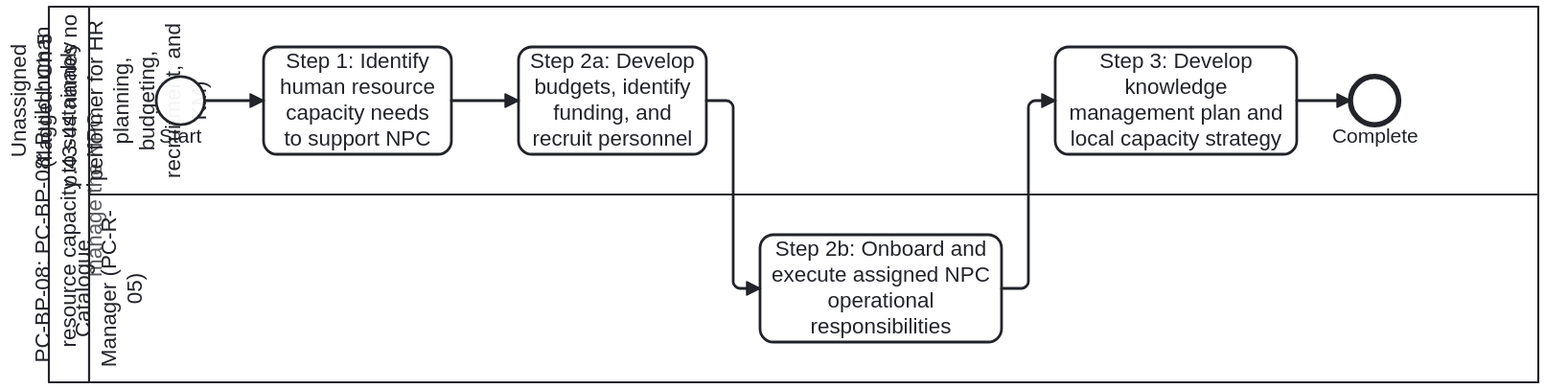
Before: folio/dth-pc/media/bp-pc-bp-08.svg, a diagram exported from BPMN (litlfred/dth-pc). Its source is kept beside it as folio/dth-pc/ch05-capacity/bp-pc-bp-08.bpmn. Ids are renumbered.
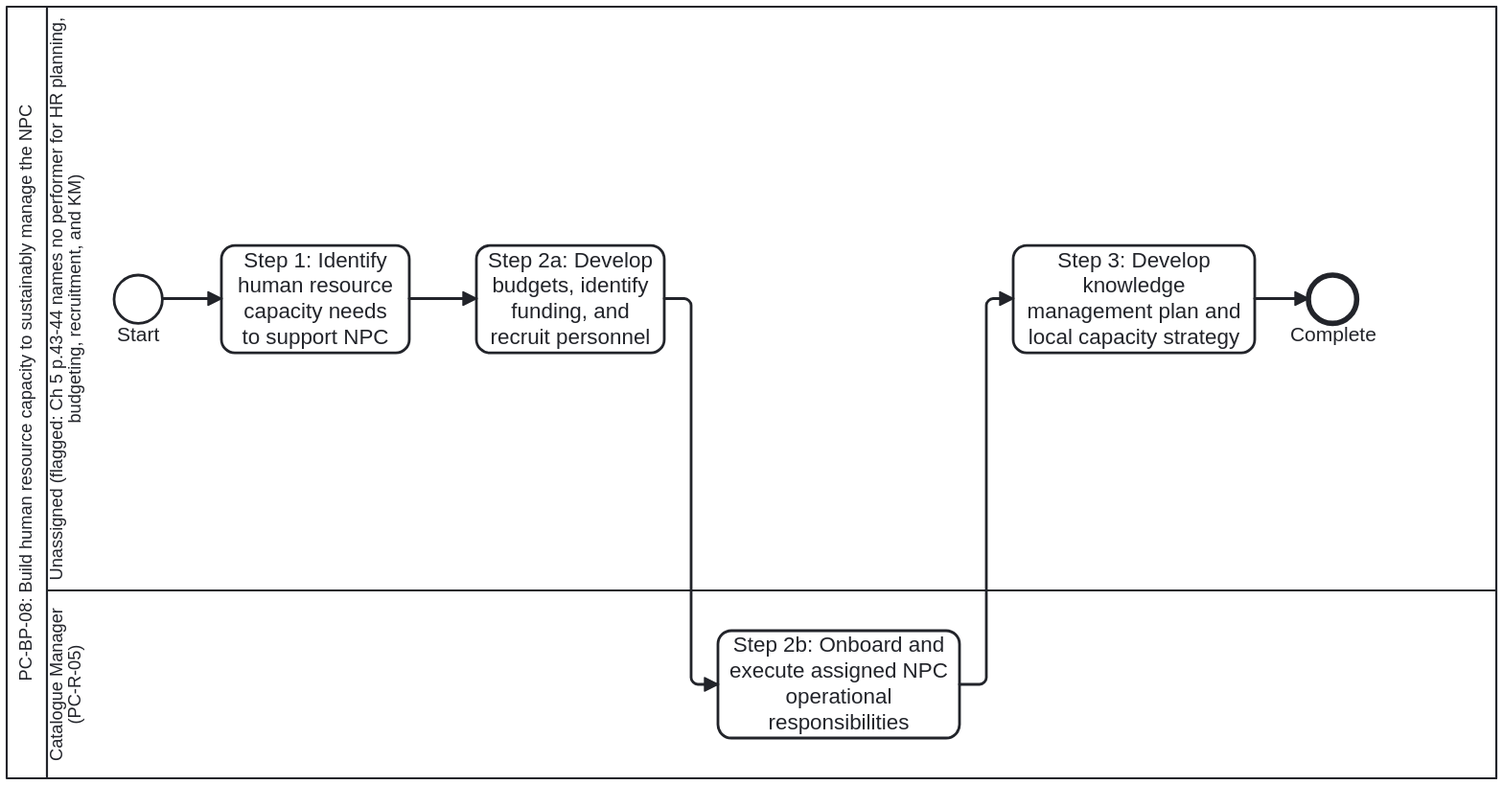
The same diagram one commit later.

What changed in the source:
```diff
@@ -5,7 +5,7 @@
                   id="Definitions_PC_BP_08"
                   targetNamespace="https://litlfred.github.io/dth-pc/bpmn">
   <bpmn:collaboration id="Collaboration_PC_BP_08">
-    <bpmn:participant id="Participant_PC_BP_08" name="PC-BP-08: PC-BP-08: Build human resource capacity to sustainably manage the NPC" processRef="Process_PC_BP_08" />
+    <bpmn:participant id="Participant_PC_BP_08" name="PC-BP-08: Build human resource capacity to sustainably manage the NPC" processRef="Process_PC_BP_08" />
   </bpmn:collaboration>
   <bpmn:process id="Process_PC_BP_08" name="PC-BP-08: Build human resource capacity to sustainably manage the NPC" isExecutable="false">
     <bpmn:documentation>PC-BP-08: PC-BP-08: Build human resource capacity to sustainably manage the NPC (Source: who-iris/library/9789240116191-eng, page-043, page-044). FLAGGED FOR OWNER: Chapter 5 (pages 43-44) names Catalogue Manager (PC-R-05) and NPC System Administrator (PC-R-18) as target operational/technical roles, but names no performer for HR planning, budgeting, recruitment, and knowledge management; those tasks are placed in an explicit unassigned lane per workplan §2e.</bpmn:documentation>
@@ -66,55 +66,55 @@
   <bpmndi:BPMNDiagram id="BPMNDiagram_PC_BP_08">
     <bpmndi:BPMNPlane id="BPMNPlane_PC_BP_08" bpmnElement="Collaboration_PC_BP_08">
       <bpmndi:BPMNShape id="Participant_PC_BP_08_di" bpmnElement="Participant_PC_BP_08" isHorizontal="true">
-        <dc:Bounds x="100" y="60" width="1110" height="280" />
+        <dc:Bounds x="100" y="60" width="1110" height="575" />
       </bpmndi:BPMNShape>
       <bpmndi:BPMNShape id="Lane_1_di" bpmnElement="Lane_1" isHorizontal="true">
-        <dc:Bounds x="130" y="60" width="1080" height="140" />
+        <dc:Bounds x="130" y="60" width="1080" height="435" />
       </bpmndi:BPMNShape>
       <bpmndi:BPMNShape id="Lane_2_di" bpmnElement="Lane_2" isHorizontal="true">
-        <dc:Bounds x="130" y="200" width="1080" height="140" />
+        <dc:Bounds x="130" y="495" width="1080" height="140" />
       </bpmndi:BPMNShape>
       <bpmndi:BPMNShape id="StartEvent_1_di" bpmnElement="StartEvent_1">
-        <dc:Bounds x="180" y="112" width="36" height="36" />
+        <dc:Bounds x="180" y="259.5" width="36" height="36" />
       </bpmndi:BPMNShape>
       <bpmndi:BPMNShape id="Task_1_di" bpmnElement="Task_1">
-        <dc:Bounds x="260" y="90" width="140" height="80" />
+        <dc:Bounds x="260" y="237.5" width="140" height="80" />
       </bpmndi:BPMNShape>
       <bpmndi:BPMNShape id="Task_2_di" bpmnElement="Task_2">
-        <dc:Bounds x="450" y="90" width="140" height="80" />
+        <dc:Bounds x="450" y="237.5" width="140" height="80" />
       </bpmndi:BPMNShape>
       <bpmndi:BPMNShape id="Task_3_di" bpmnElement="Task_3">
-        <dc:Bounds x="630" y="230" width="180" height="80" />
+        <dc:Bounds x="630" y="525" width="180" height="80" />
       </bpmndi:BPMNShape>
       <bpmndi:BPMNShape id="Task_4_di" bpmnElement="Task_4">
-        <dc:Bounds x="850" y="90" width="180" height="80" />
+        <dc:Bounds x="850" y="237.5" width="180" height="80" />
       </bpmndi:BPMNShape>
       <bpmndi:BPMNShape id="EndEvent_1_di" bpmnElement="EndEvent_1">
-        <dc:Bounds x="1070" y="112" width="36" height="36" />
+        <dc:Bounds x="1070" y="259.5" width="36" height="36" />
       </bpmndi:BPMNShape>
       <bpmndi:BPMNEdge id="Flow_0_di" bpmnElement="Flow_0">
-        <di:waypoint x="216" y="130" />
-        <di:waypoint x="260" y="130" />
+        <di:waypoint x="216" y="277.5" />
+        <di:waypoint x="260" y="277.5" />
       </bpmndi:BPMNEdge>
       <bpmndi:BPMNEdge id="Flow_1_di" bpmnElement="Flow_1">
-        <di:waypoint x="400" y="130" />
-        <di:waypoint x="450" y="130" />
+        <di:waypoint x="400" y="277.5" />
+        <di:waypoint x="450" y="277.5" />
       </bpmndi:BPMNEdge>
       <bpmndi:BPMNEdge id="Flow_2_di" bpmnElement="Flow_2">
-        <di:waypoint x="590" y="130" />
-        <di:waypoint x="610" y="130" />
-        <di:waypoint x="610" y="270" />
-        <di:waypoint x="630" y="270" />
+        <di:waypoint x="590" y="277.5" />
+        <di:waypoint x="610" y="277.5" />
+        <di:waypoint x="610" y="565" />
+        <di:waypoint x="630" y="565" />
       </bpmndi:BPMNEdge>
       <bpmndi:BPMNEdge id="Flow_3_di" bpmnElement="Flow_3">
-        <di:waypoint x="810" y="270" />
-        <di:waypoint x="830" y="270" />
-        <di:waypoint x="830" y="130" />
-        <di:waypoint x="850" y="130" />
+        <di:waypoint x="810" y="565" />
+        <di:waypoint x="830" y="565" />
+        <di:waypoint x="830" y="277.5" />
+        <di:waypoint x="850" y="277.5" />
       </bpmndi:BPMNEdge>
       <bpmndi:BPMNEdge id="Flow_4_di" bpmnElement="Flow_4">
-        <di:waypoint x="1030" y="130" />
-        <di:waypoint x="1070" y="130" />
+        <di:waypoint x="1030" y="277.5" />
+        <di:waypoint x="1070" y="277.5" />
       </bpmndi:BPMNEdge>
     </bpmndi:BPMNPlane>
   </bpmndi:BPMNDiagram>
```
